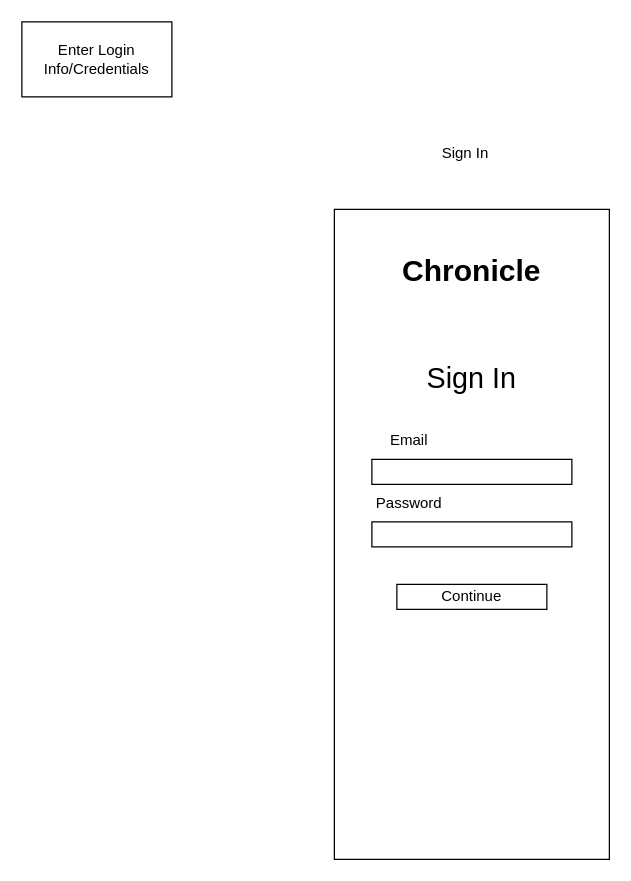
Vaibhav-G-Parmar/Chronicle-Your-Ultimate-Travel-Companion keeps this draw.io diagram as page "LogIn" (4 of 15) of Chronicle_Initial_App_Wireframe_Designs.drawio. Above is the earlier version. Source tidied: cells renumbered, new cells numbered last; positions are measured from the earlier drawing's top-left corner, leaving out a move shared by most shapes. Both pictures are drawn from the tidied source at 125%, with x=0, y=0 at pixel (21, 21).
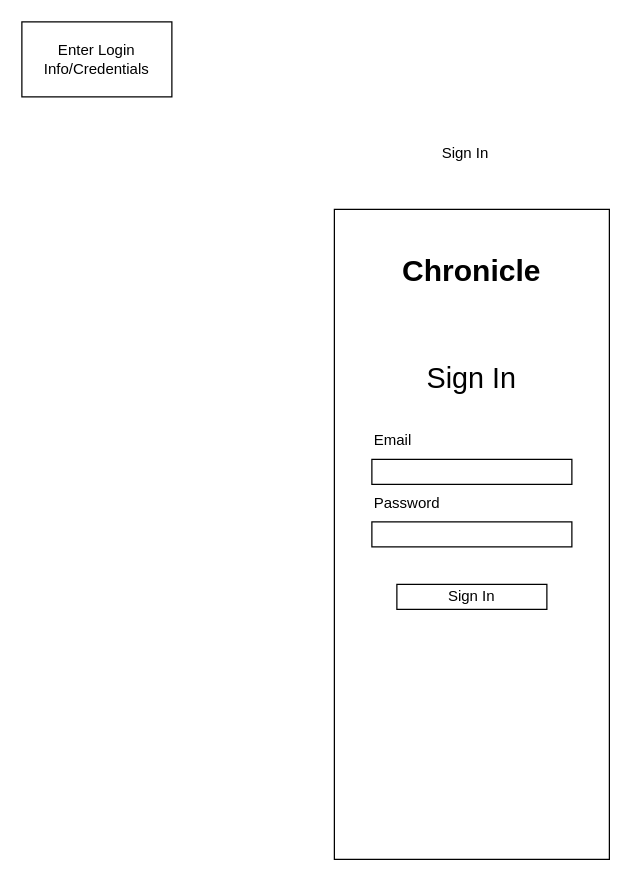
Above is the later version.

Change to the diagram source:
```diff
@@
 <mxGraphModel>
   <root>
     <mxCell id="0" />
     <mxCell id="1" parent="0" />
     <mxCell id="2" value="Enter Login Info/Credentials" style="rounded=0;whiteSpace=wrap;html=1;" parent="1" vertex="1">
       <mxGeometry width="120" height="60" as="geometry" />
     </mxCell>
     <mxCell id="3" style="endArrow=none;html=1;rounded=0;" parent="1" edge="1">
       <mxGeometry relative="1" as="geometry">
         <mxPoint x="450" y="190" as="sourcePoint" />
         <mxPoint x="450" y="190" as="targetPoint" />
       </mxGeometry>
     </mxCell>
     <mxCell id="4" style="rounded=0;whiteSpace=wrap;html=1;" parent="1" vertex="1">
       <mxGeometry x="250" y="150" width="220" height="520" as="geometry" />
     </mxCell>
     <mxCell id="5" value="Sign In" style="text;html=1;strokeColor=none;fillColor=none;align=center;verticalAlign=middle;whiteSpace=wrap;rounded=0;" parent="1" vertex="1">
       <mxGeometry x="325" y="90" width="60" height="30" as="geometry" />
     </mxCell>
     <mxCell id="6" style="rounded=0;whiteSpace=wrap;html=1;" parent="1" vertex="1">
       <mxGeometry x="280" y="350" width="160" height="20" as="geometry" />
     </mxCell>
     <mxCell id="7" style="rounded=0;whiteSpace=wrap;html=1;" parent="1" vertex="1">
       <mxGeometry x="280" y="400" width="160" height="20" as="geometry" />
     </mxCell>
-    <mxCell id="8" value="Email" style="text;html=1;strokeColor=none;fillColor=none;align=center;verticalAlign=middle;whiteSpace=wrap;rounded=0;" parent="1" vertex="1">
+    <mxCell id="8" value="Email" style="text;html=1;strokeColor=none;fillColor=none;align=left;verticalAlign=middle;whiteSpace=wrap;rounded=0;" parent="1" vertex="1">
       <mxGeometry x="280" y="320" width="60" height="30" as="geometry" />
     </mxCell>
-    <mxCell id="9" value="Password" style="text;html=1;strokeColor=none;fillColor=none;align=center;verticalAlign=middle;whiteSpace=wrap;rounded=0;" parent="1" vertex="1">
+    <mxCell id="9" value="Password" style="text;html=1;strokeColor=none;fillColor=none;align=left;verticalAlign=middle;whiteSpace=wrap;rounded=0;" parent="1" vertex="1">
       <mxGeometry x="280" y="370" width="60" height="30" as="geometry" />
     </mxCell>
     <mxCell id="10" value="&lt;font style=&quot;font-size: 23px;&quot;&gt;Sign In&lt;/font&gt;" style="text;html=1;strokeColor=none;fillColor=none;align=center;verticalAlign=middle;whiteSpace=wrap;rounded=0;" parent="1" vertex="1">
       <mxGeometry x="320" y="270" width="80" height="30" as="geometry" />
     </mxCell>
-    <mxCell id="11" value="Continue" style="rounded=0;whiteSpace=wrap;html=1;" parent="1" vertex="1">
+    <mxCell id="11" value="Sign In" style="rounded=0;whiteSpace=wrap;html=1;" parent="1" vertex="1">
       <mxGeometry x="300" y="450" width="120" height="20" as="geometry" />
     </mxCell>
     <mxCell id="12" value="&lt;h1&gt;Chronicle&lt;/h1&gt;&lt;p&gt;&lt;br&gt;&lt;/p&gt;" style="text;html=1;strokeColor=none;fillColor=none;spacing=5;spacingTop=-20;whiteSpace=wrap;overflow=hidden;rounded=0;align=center;" parent="1" vertex="1">
       <mxGeometry x="295" y="180" width="130" height="40" as="geometry" />
     </mxCell>
   </root>
 </mxGraphModel>
```
